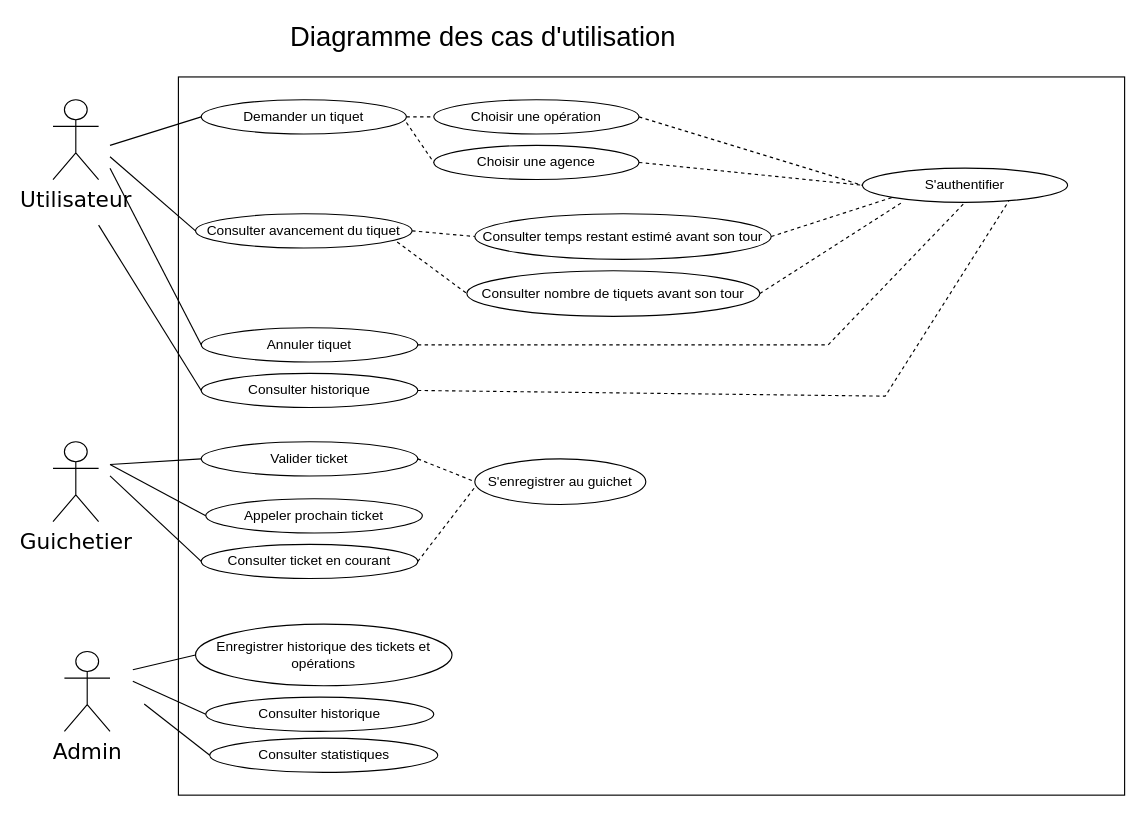
The draw.io diagram page "UseCase" (1 of 6) of diagrams/Diagramme.drawio in rryyyymmmmmmmm/e-tickets_takaoudi, before the edit. Source tidied: cells renumbered, new cells numbered last; positions are measured from the earlier drawing's top-left corner, leaving out a move shared by most shapes. Both pictures are drawn from the tidied source at 114%, with x=0, y=0 at pixel (52, 19).
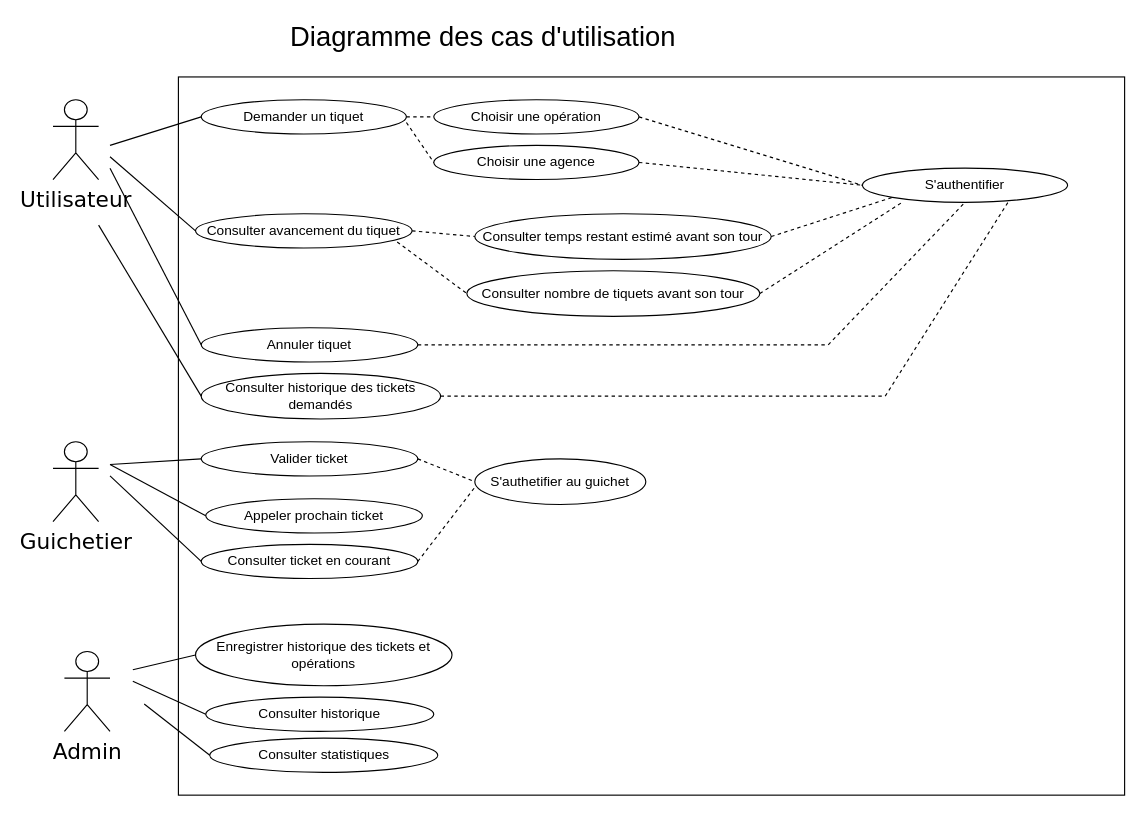
After the change.

Change to the diagram source:
```diff
@@
-    <mxCell id="31" value="S'enregistrer au guichet" style="ellipse;whiteSpace=wrap;html=1;" parent="1" vertex="1">
+    <mxCell id="31" value="S'authetifier au guichet" style="ellipse;whiteSpace=wrap;html=1;" parent="1" vertex="1">
       <mxGeometry x="370" y="385" width="150" height="40" as="geometry" />
     </mxCell>
@@
-    <mxCell id="39" value="Consulter historique" style="ellipse;whiteSpace=wrap;html=1;" parent="1" vertex="1">
-      <mxGeometry x="130" y="310" width="190" height="30" as="geometry" />
+    <mxCell id="39" value="Consulter historique des tickets demandés" style="ellipse;whiteSpace=wrap;html=1;" parent="1" vertex="1">
+      <mxGeometry x="130" y="310" width="210" height="40" as="geometry" />
     </mxCell>
```
